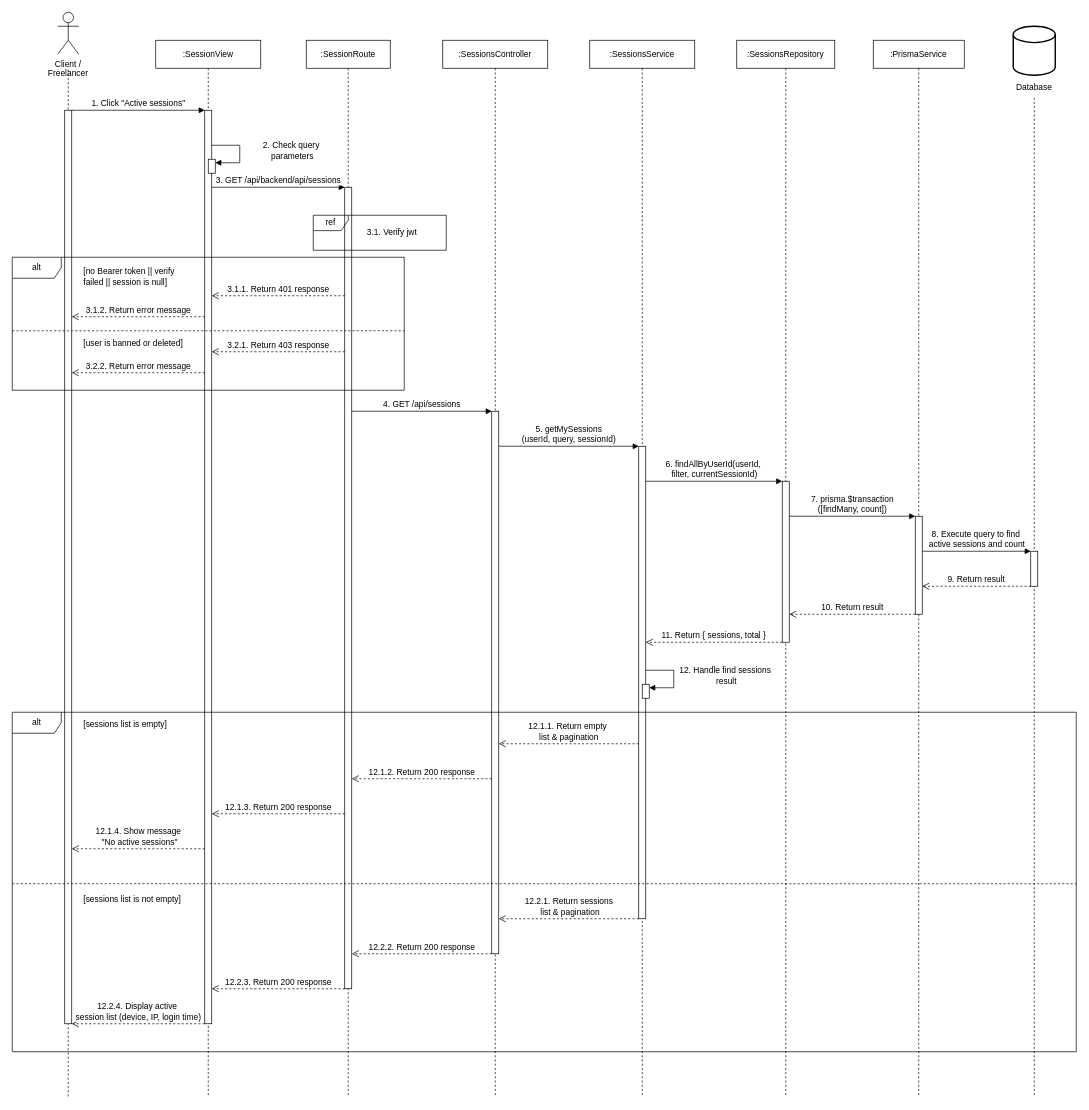
Above: sequence-diagrams-remake/UC-16.01-view-session-list.drawio in Thunggg/Frevia (draw.io), before the change. Source tidied: cells renumbered, new cells numbered last; positions are measured from the earlier drawing's top-left corner, leaving out a move shared by most shapes. Both pictures are drawn from the tidied source at 70%, with x=0, y=0 at pixel (12, 12).
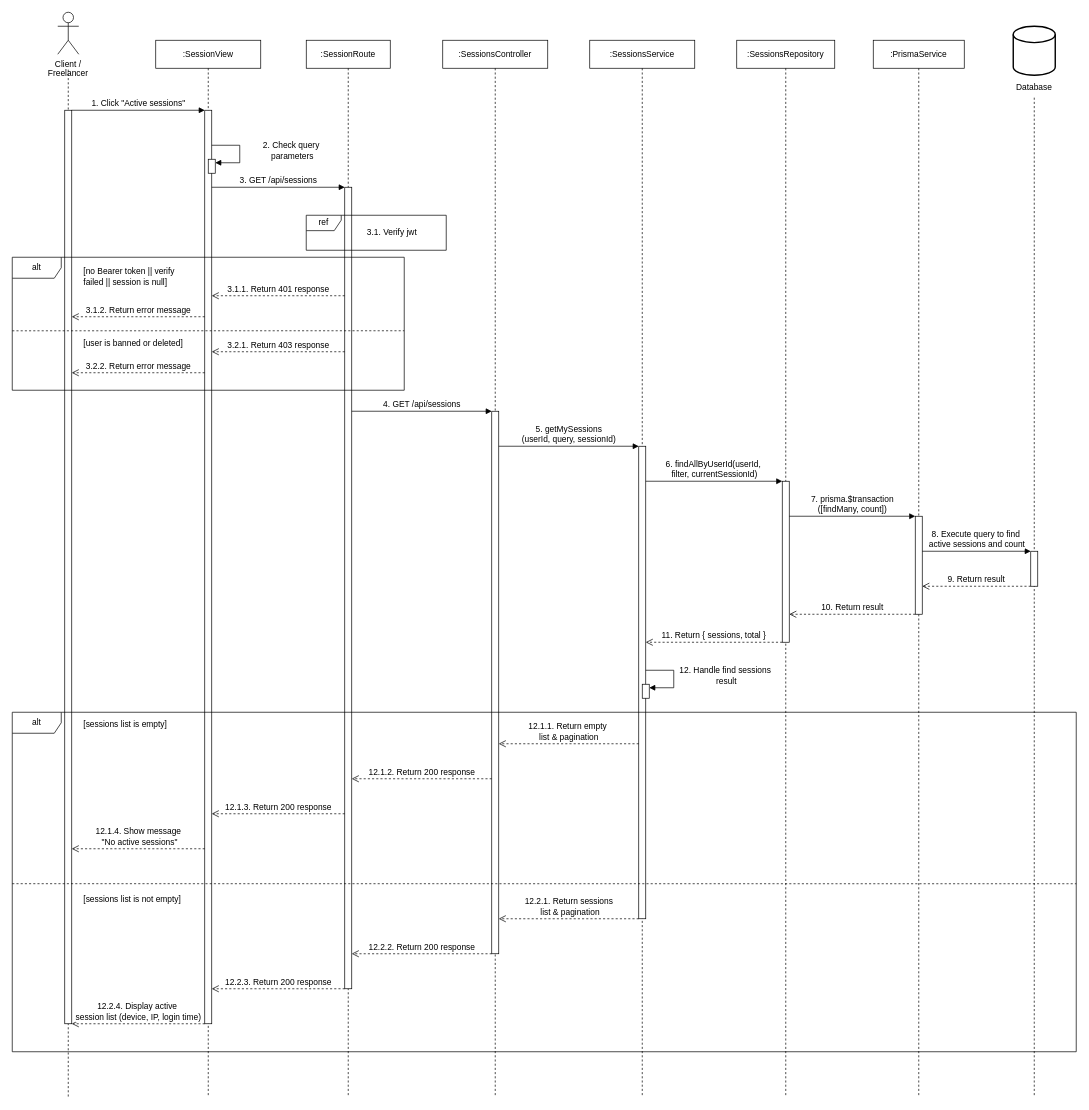
Above is the later version.

What changed in the source:
```diff
@@
-    <mxCell id="24" value="3. GET /api/backend/api/sessions" style="html=1;verticalAlign=bottom;endArrow=block;curved=0;rounded=0;fontSize=12;" parent="1" edge="1">
+    <mxCell id="24" value="3. GET /api/sessions" style="html=1;verticalAlign=bottom;endArrow=block;curved=0;rounded=0;fontSize=12;" parent="1" edge="1">
       <mxGeometry relative="1" as="geometry">
         <mxPoint x="285" y="250" as="sourcePoint" />
         <mxPoint x="475" y="250" as="targetPoint" />
       </mxGeometry>
     </mxCell>
     <mxCell id="25" value="ref" style="shape=umlFrame;whiteSpace=wrap;html=1;width=50;height=22;fontSize=12;fillColor=none;" parent="1" vertex="1">
-      <mxGeometry x="430" y="290" width="190" height="50" as="geometry" />
+      <mxGeometry x="420" y="290" width="200" height="50" as="geometry" />
     </mxCell>
```
